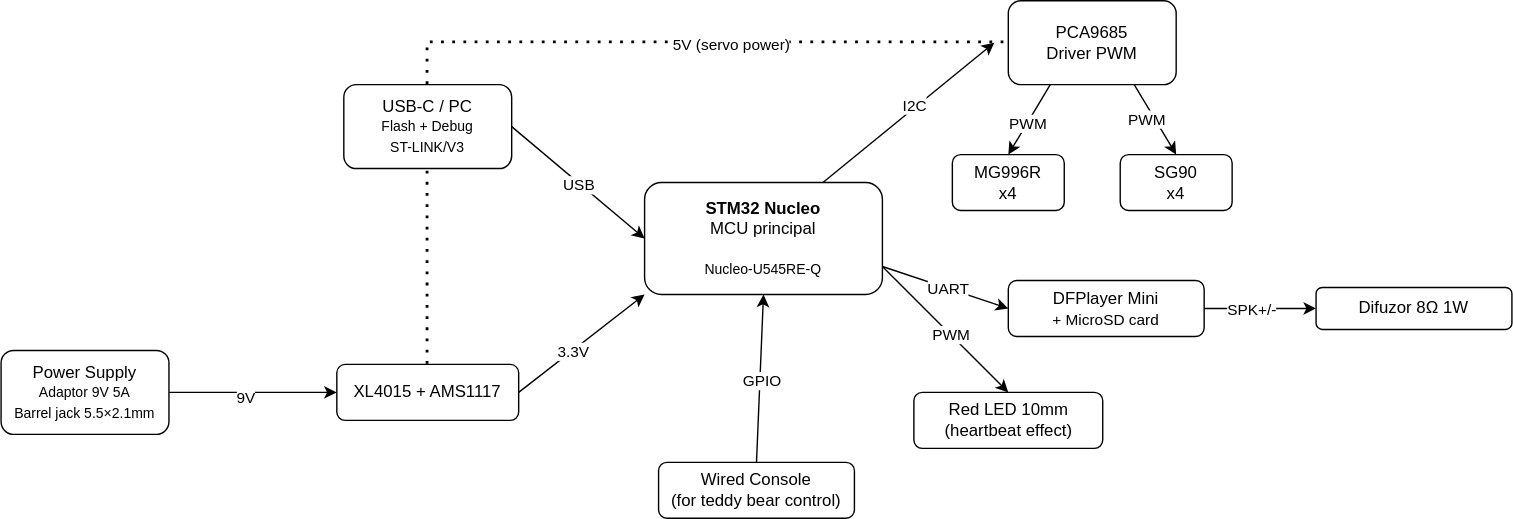
Above: website/versioned_docs/version-acs_cc/project/2026/andreea.ivascu/architectural.svg in UPB-PMRust/website (draw.io), before the change. Source tidied: cells renumbered, new cells last; positions are measured from the earlier drawing's top-left corner, leaving out a move shared by most shapes. Source of this version:
```xml
<mxGraphModel>
  <root>
    <mxCell id="0" />
    <mxCell id="1" parent="0" />
    <mxCell id="2" value="&lt;b&gt;STM32 Nucleo&lt;/b&gt;&lt;div&gt;MCU principal&lt;/div&gt;&lt;div&gt;&lt;font style=&quot;font-size: 10px;&quot;&gt;&lt;br&gt;&lt;/font&gt;&lt;/div&gt;&lt;div&gt;&lt;font style=&quot;font-size: 10px;&quot;&gt;Nucleo-U545RE-Q&lt;/font&gt;&lt;/div&gt;" style="rounded=1;whiteSpace=wrap;html=1;" parent="1" vertex="1">
      <mxGeometry x="460" y="130" width="170" height="80" as="geometry" />
    </mxCell>
    <mxCell id="3" style="endArrow=classic;html=1;rounded=0;exitX=0.75;exitY=0;exitDx=0;exitDy=0;" parent="1" edge="1" source="2">
      <mxGeometry relative="1" as="geometry">
        <mxPoint x="710" y="30" as="targetPoint" />
      </mxGeometry>
    </mxCell>
    <mxCell id="4" value="I2C" style="edgeLabel;html=1;align=center;verticalAlign=middle;" parent="3" vertex="1">
      <mxGeometry x="0.09" y="2" relative="1" as="geometry" />
    </mxCell>
    <mxCell id="5" value="PCA9685&lt;div&gt;Driver PWM&lt;/div&gt;" style="rounded=1;whiteSpace=wrap;html=1;" parent="1" vertex="1">
      <mxGeometry x="720" width="120" height="60" as="geometry" />
    </mxCell>
    <mxCell id="6" value="MG996R&lt;div&gt;x4&lt;/div&gt;" style="rounded=1;whiteSpace=wrap;html=1;" parent="1" vertex="1">
      <mxGeometry x="680" y="110" width="80" height="40" as="geometry" />
    </mxCell>
    <mxCell id="7" value="SG90&lt;br&gt;&lt;div&gt;x4&lt;/div&gt;" style="rounded=1;whiteSpace=wrap;html=1;" parent="1" vertex="1">
      <mxGeometry x="800" y="110" width="80" height="40" as="geometry" />
    </mxCell>
    <mxCell id="8" style="endArrow=classic;html=1;rounded=0;exitX=0.25;exitY=1;exitDx=0;exitDy=0;entryX=0.5;entryY=0;entryDx=0;entryDy=0;" parent="1" edge="1" source="5" target="6">
      <mxGeometry relative="1" as="geometry" />
    </mxCell>
    <mxCell id="9" value="PWM" style="edgeLabel;html=1;align=center;verticalAlign=middle;" parent="8" vertex="1">
      <mxGeometry x="0.1" relative="1" as="geometry" />
    </mxCell>
    <mxCell id="10" style="endArrow=classic;html=1;rounded=0;exitX=0.75;exitY=1;exitDx=0;exitDy=0;entryX=0.5;entryY=0;entryDx=0;entryDy=0;" parent="1" edge="1" source="5" target="7">
      <mxGeometry relative="1" as="geometry" />
    </mxCell>
    <mxCell id="11" value="PWM" style="edgeLabel;html=1;align=center;verticalAlign=middle;" parent="10" vertex="1">
      <mxGeometry x="-0.12" y="-5" relative="1" as="geometry" />
    </mxCell>
    <mxCell id="12" value="DFPlayer Mini&lt;div&gt;&lt;font style=&quot;font-size: 11px;&quot;&gt;+ MicroSD card&lt;/font&gt;&lt;/div&gt;" style="rounded=1;whiteSpace=wrap;html=1;" parent="1" vertex="1">
      <mxGeometry x="720" y="200" width="140" height="40" as="geometry" />
    </mxCell>
    <mxCell id="13" style="endArrow=classic;html=1;rounded=0;exitX=1;exitY=0.75;exitDx=0;exitDy=0;entryX=0;entryY=0.5;entryDx=0;entryDy=0;" parent="1" edge="1" source="2" target="12">
      <mxGeometry relative="1" as="geometry" />
    </mxCell>
    <mxCell id="14" value="UART" style="edgeLabel;html=1;align=center;verticalAlign=middle;" parent="13" vertex="1">
      <mxGeometry x="0.04" relative="1" as="geometry" />
    </mxCell>
    <mxCell id="15" value="Red LED 10mm&lt;div&gt;(heartbeat effect)&lt;/div&gt;" style="rounded=1;whiteSpace=wrap;html=1;" parent="1" vertex="1">
      <mxGeometry x="652.5" y="280" width="135" height="40" as="geometry" />
    </mxCell>
    <mxCell id="16" style="endArrow=classic;html=1;rounded=0;exitX=1;exitY=0.75;exitDx=0;exitDy=0;entryX=0.5;entryY=0;entryDx=0;entryDy=0;" parent="1" edge="1" source="2" target="15">
      <mxGeometry relative="1" as="geometry" />
    </mxCell>
    <mxCell id="17" value="PWM" style="edgeLabel;html=1;align=center;verticalAlign=middle;" parent="16" vertex="1">
      <mxGeometry x="0.07" relative="1" as="geometry" />
    </mxCell>
    <mxCell id="18" value="Wired Console&lt;div&gt;(for teddy bear control)&lt;/div&gt;" style="rounded=1;whiteSpace=wrap;html=1;" parent="1" vertex="1">
      <mxGeometry x="470" y="330" width="140" height="40" as="geometry" />
    </mxCell>
    <mxCell id="19" style="endArrow=classic;html=1;rounded=0;exitX=0.5;exitY=0;exitDx=0;exitDy=0;entryX=0.5;entryY=1;entryDx=0;entryDy=0;" parent="1" edge="1" source="18" target="2">
      <mxGeometry relative="1" as="geometry" />
    </mxCell>
    <mxCell id="20" value="GPIO" style="edgeLabel;html=1;align=center;verticalAlign=middle;" parent="19" vertex="1">
      <mxGeometry x="-0.03" relative="1" as="geometry">
        <mxPoint x="1" as="offset" />
      </mxGeometry>
    </mxCell>
    <mxCell id="21" value="Power Supply&lt;div&gt;&lt;font style=&quot;font-size: 10px;&quot;&gt;Adaptor 9V 5A&lt;br/&gt;Barrel jack 5.5×2.1mm&lt;/font&gt;&lt;/div&gt;" style="rounded=1;whiteSpace=wrap;html=1;" parent="1" vertex="1">
      <mxGeometry y="250" width="120" height="60" as="geometry" />
    </mxCell>
    <mxCell id="22" style="endArrow=classic;html=1;rounded=0;exitX=1;exitY=0.5;exitDx=0;exitDy=0;entryX=0;entryY=1;entryDx=0;entryDy=0;" parent="1" edge="1" source="32" target="2">
      <mxGeometry relative="1" as="geometry" />
    </mxCell>
    <mxCell id="23" value="3.3V" style="edgeLabel;html=1;align=center;verticalAlign=middle;" parent="22" vertex="1">
      <mxGeometry x="-0.15" relative="1" as="geometry" />
    </mxCell>
    <mxCell id="24" value="USB-C / PC&lt;div&gt;&lt;font style=&quot;font-size: 10px;&quot;&gt;Flash + Debug&lt;/font&gt;&lt;/div&gt;&lt;div&gt;&lt;font style=&quot;font-size: 10px;&quot;&gt;ST-LINK/V3&lt;/font&gt;&lt;/div&gt;" style="rounded=1;whiteSpace=wrap;html=1;" parent="1" vertex="1">
      <mxGeometry x="245" y="60" width="120" height="60" as="geometry" />
    </mxCell>
    <mxCell id="25" style="endArrow=classic;html=1;rounded=0;entryX=0;entryY=0.5;entryDx=0;entryDy=0;exitX=1;exitY=0.5;exitDx=0;exitDy=0;" parent="1" edge="1" source="24" target="2">
      <mxGeometry relative="1" as="geometry" />
    </mxCell>
    <mxCell id="26" value="USB" style="edgeLabel;html=1;align=center;verticalAlign=middle;" parent="25" vertex="1">
      <mxGeometry x="0.01" y="-1" relative="1" as="geometry" />
    </mxCell>
    <mxCell id="27" style="endArrow=none;dashed=1;html=1;dashPattern=1 3;strokeWidth=2;rounded=0;entryX=0.5;entryY=1;entryDx=0;entryDy=0;exitX=0.5;exitY=0;exitDx=0;exitDy=0;" parent="1" edge="1" source="32" target="24">
      <mxGeometry relative="1" as="geometry" />
    </mxCell>
    <mxCell id="28" style="endArrow=none;dashed=1;html=1;dashPattern=1 3;strokeWidth=2;rounded=0;exitX=0.5;exitY=0;exitDx=0;exitDy=0;entryX=0;entryY=0.5;entryDx=0;entryDy=0;edgeStyle=orthogonalEdgeStyle;" parent="1" edge="1" source="24" target="5">
      <mxGeometry relative="1" as="geometry" />
    </mxCell>
    <mxCell id="29" value="5V (servo power)" style="edgeLabel;html=1;align=center;verticalAlign=middle;" parent="28" vertex="1">
      <mxGeometry x="0.11" y="-1" relative="1" as="geometry" />
    </mxCell>
    <mxCell id="30" style="endArrow=classic;html=1;rounded=0;exitX=1;exitY=0.5;exitDx=0;exitDy=0;" parent="1" edge="1" source="21">
      <mxGeometry relative="1" as="geometry">
        <mxPoint x="240" y="280" as="targetPoint" />
      </mxGeometry>
    </mxCell>
    <mxCell id="31" value="9V" style="edgeLabel;html=1;align=center;verticalAlign=middle;" parent="30" vertex="1">
      <mxGeometry x="-0.09" y="-3" relative="1" as="geometry" />
    </mxCell>
    <mxCell id="32" value="XL4015 + AMS1117" style="rounded=1;whiteSpace=wrap;html=1;" parent="1" vertex="1">
      <mxGeometry x="240" y="260" width="130" height="40" as="geometry" />
    </mxCell>
    <mxCell id="33" value="Difuzor&amp;nbsp;8Ω 1W" style="rounded=1;whiteSpace=wrap;html=1;" parent="1" vertex="1">
      <mxGeometry x="940" y="205" width="140" height="30" as="geometry" />
    </mxCell>
    <mxCell id="34" style="endArrow=classic;html=1;rounded=0;exitX=1;exitY=0.5;exitDx=0;exitDy=0;entryX=0;entryY=0.5;entryDx=0;entryDy=0;" parent="1" edge="1" source="12" target="33">
      <mxGeometry relative="1" as="geometry" />
    </mxCell>
    <mxCell id="35" value="SPK+/-" style="edgeLabel;html=1;align=center;verticalAlign=middle;" parent="34" vertex="1">
      <mxGeometry x="-0.16" relative="1" as="geometry" />
    </mxCell>
  </root>
</mxGraphModel>
```
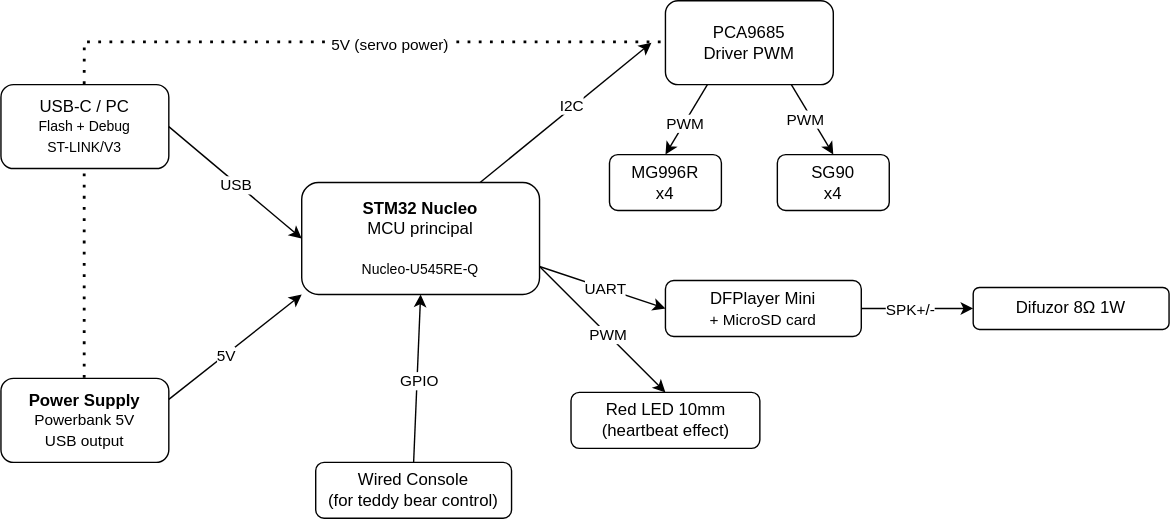
After the commit.

Change to the diagram source:
```diff
@@ -63,13 +63,13 @@
         <mxPoint x="1" as="offset" />
       </mxGeometry>
     </mxCell>
-    <mxCell id="21" value="Power Supply&lt;div&gt;&lt;font style=&quot;font-size: 10px;&quot;&gt;Adaptor 9V 5A&lt;br/&gt;Barrel jack 5.5×2.1mm&lt;/font&gt;&lt;/div&gt;" style="rounded=1;whiteSpace=wrap;html=1;" parent="1" vertex="1">
-      <mxGeometry y="250" width="120" height="60" as="geometry" />
+    <mxCell id="21" value="&lt;strong&gt;Power Supply&lt;/strong&gt;&lt;br/&gt;&lt;font style=&quot;font-size: 11px;&quot;&gt;Powerbank 5V&lt;br/&gt;USB output&lt;/font&gt;" style="rounded=1;whiteSpace=wrap;html=1;" parent="1" vertex="1">
+      <mxGeometry x="245" y="270" width="120" height="60" as="geometry" />
     </mxCell>
-    <mxCell id="22" style="endArrow=classic;html=1;rounded=0;exitX=1;exitY=0.5;exitDx=0;exitDy=0;entryX=0;entryY=1;entryDx=0;entryDy=0;" parent="1" edge="1" source="32" target="2">
+    <mxCell id="22" style="endArrow=classic;html=1;rounded=0;exitX=1;exitY=0.25;exitDx=0;exitDy=0;entryX=0;entryY=1;entryDx=0;entryDy=0;" parent="1" edge="1" source="21" target="2">
       <mxGeometry relative="1" as="geometry" />
     </mxCell>
-    <mxCell id="23" value="3.3V" style="edgeLabel;html=1;align=center;verticalAlign=middle;" parent="22" vertex="1">
+    <mxCell id="23" value="5V" style="edgeLabel;html=1;align=center;verticalAlign=middle;" parent="22" vertex="1">
       <mxGeometry x="-0.15" relative="1" as="geometry" />
     </mxCell>
     <mxCell id="24" value="USB-C / PC&lt;div&gt;&lt;font style=&quot;font-size: 10px;&quot;&gt;Flash + Debug&lt;/font&gt;&lt;/div&gt;&lt;div&gt;&lt;font style=&quot;font-size: 10px;&quot;&gt;ST-LINK/V3&lt;/font&gt;&lt;/div&gt;" style="rounded=1;whiteSpace=wrap;html=1;" parent="1" vertex="1">
@@ -81,7 +81,7 @@
     <mxCell id="26" value="USB" style="edgeLabel;html=1;align=center;verticalAlign=middle;" parent="25" vertex="1">
       <mxGeometry x="0.01" y="-1" relative="1" as="geometry" />
     </mxCell>
-    <mxCell id="27" style="endArrow=none;dashed=1;html=1;dashPattern=1 3;strokeWidth=2;rounded=0;entryX=0.5;entryY=1;entryDx=0;entryDy=0;exitX=0.5;exitY=0;exitDx=0;exitDy=0;" parent="1" edge="1" source="32" target="24">
+    <mxCell id="27" style="endArrow=none;dashed=1;html=1;dashPattern=1 3;strokeWidth=2;rounded=0;entryX=0.5;entryY=1;entryDx=0;entryDy=0;exitX=0.5;exitY=0;exitDx=0;exitDy=0;" parent="1" edge="1" source="21" target="24">
       <mxGeometry relative="1" as="geometry" />
     </mxCell>
     <mxCell id="28" style="endArrow=none;dashed=1;html=1;dashPattern=1 3;strokeWidth=2;rounded=0;exitX=0.5;exitY=0;exitDx=0;exitDy=0;entryX=0;entryY=0.5;entryDx=0;entryDy=0;edgeStyle=orthogonalEdgeStyle;" parent="1" edge="1" source="24" target="5">
@@ -90,17 +90,6 @@
     <mxCell id="29" value="5V (servo power)" style="edgeLabel;html=1;align=center;verticalAlign=middle;" parent="28" vertex="1">
       <mxGeometry x="0.11" y="-1" relative="1" as="geometry" />
     </mxCell>
-    <mxCell id="30" style="endArrow=classic;html=1;rounded=0;exitX=1;exitY=0.5;exitDx=0;exitDy=0;" parent="1" edge="1" source="21">
-      <mxGeometry relative="1" as="geometry">
-        <mxPoint x="240" y="280" as="targetPoint" />
-      </mxGeometry>
-    </mxCell>
-    <mxCell id="31" value="9V" style="edgeLabel;html=1;align=center;verticalAlign=middle;" parent="30" vertex="1">
-      <mxGeometry x="-0.09" y="-3" relative="1" as="geometry" />
-    </mxCell>
-    <mxCell id="32" value="XL4015 + AMS1117" style="rounded=1;whiteSpace=wrap;html=1;" parent="1" vertex="1">
-      <mxGeometry x="240" y="260" width="130" height="40" as="geometry" />
-    </mxCell>
     <mxCell id="33" value="Difuzor&amp;nbsp;8Ω 1W" style="rounded=1;whiteSpace=wrap;html=1;" parent="1" vertex="1">
       <mxGeometry x="940" y="205" width="140" height="30" as="geometry" />
     </mxCell>
```
